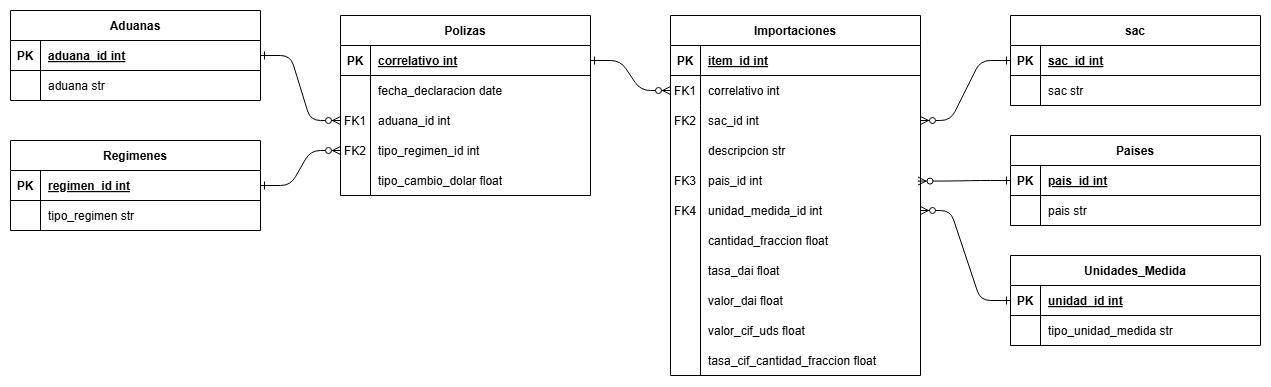
Above: ER.png in FerEsq/BSE-Technical-Test (draw.io), before the change. Source tidied: cells renumbered, new cells last; positions are measured from the earlier drawing's top-left corner, leaving out a move shared by most shapes.
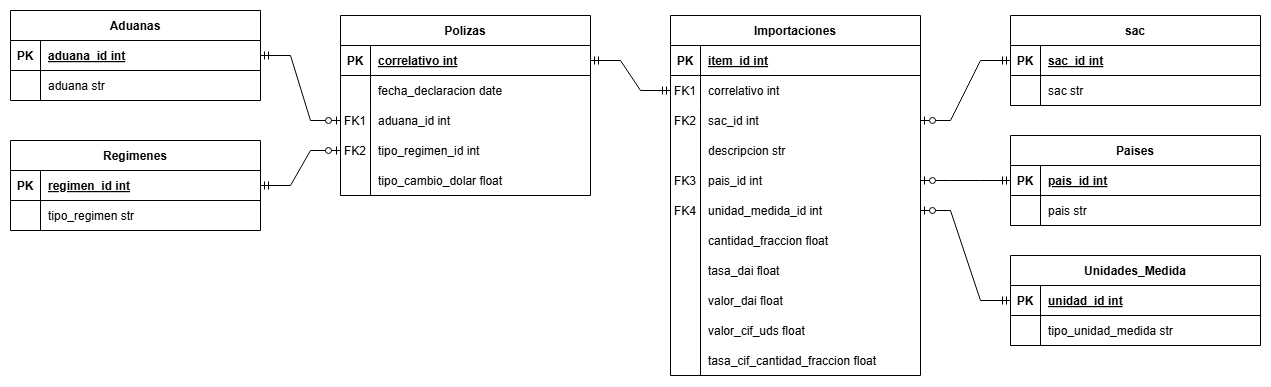
After the change.

The edit, as a diff of the source:
```diff
@@ -2,9 +2,6 @@
   <root>
     <mxCell id="0" />
     <mxCell id="1" parent="0" />
-    <mxCell id="2" style="edgeStyle=entityRelationEdgeStyle;endArrow=ERzeroToMany;startArrow=ERone;endFill=1;startFill=0;" parent="1" edge="1" source="30" target="7">
-      <mxGeometry relative="1" as="geometry" />
-    </mxCell>
     <mxCell id="3" value="Importaciones" style="shape=table;startSize=30;rowLines=0;fontStyle=1;align=center;" parent="1" vertex="1">
       <mxGeometry x="660" y="5" width="250" height="360" as="geometry" />
     </mxCell>
@@ -253,20 +250,27 @@
     <mxCell id="83" value="tipo_unidad_medida str" style="shape=partialRectangle;overflow=hidden;fillColor=none;top=0;left=0;bottom=0;right=0;align=left;spacingLeft=6;" parent="81" vertex="1">
       <mxGeometry x="30" width="220" height="30" as="geometry" />
     </mxCell>
-    <mxCell id="84" style="edgeStyle=entityRelationEdgeStyle;endArrow=ERzeroToMany;startArrow=ERone;endFill=1;startFill=0;exitX=1;exitY=0.5;exitDx=0;exitDy=0;entryX=0;entryY=0.5;entryDx=0;entryDy=0;" parent="1" edge="1" source="23" target="36">
+    <mxCell id="84" style="edgeStyle=entityRelationEdgeStyle;fontSize=12;html=1;endArrow=ERzeroToOne;startArrow=ERmandOne;rounded=0;exitX=1;exitY=0.5;exitDx=0;exitDy=0;entryX=0;entryY=0.5;entryDx=0;entryDy=0;" parent="1" edge="1" source="23" target="36">
       <mxGeometry relative="1" as="geometry" />
     </mxCell>
-    <mxCell id="85" style="edgeStyle=entityRelationEdgeStyle;endArrow=ERzeroToMany;startArrow=ERone;endFill=1;startFill=0;exitX=1;exitY=0.5;exitDx=0;exitDy=0;entryX=0;entryY=0.5;entryDx=0;entryDy=0;" parent="1" edge="1" source="57" target="39">
+    <mxCell id="85" style="edgeStyle=entityRelationEdgeStyle;fontSize=12;html=1;endArrow=ERzeroToOne;startArrow=ERmandOne;rounded=0;exitX=1;exitY=0.5;exitDx=0;exitDy=0;entryX=0;entryY=0.5;entryDx=0;entryDy=0;" parent="1" edge="1" source="57" target="39">
       <mxGeometry relative="1" as="geometry" />
     </mxCell>
+    <mxCell id="2" style="edgeStyle=entityRelationEdgeStyle;fontSize=12;html=1;endArrow=ERmandOne;startArrow=ERmandOne;rounded=0;exitX=1;exitY=0.5;exitDx=0;exitDy=0;entryX=0;entryY=0.5;entryDx=0;entryDy=0;" parent="1" edge="1" source="30" target="7">
+      <mxGeometry relative="1" as="geometry" />
+    </mxCell>
-    <mxCell id="86" style="edgeStyle=entityRelationEdgeStyle;endArrow=ERzeroToMany;startArrow=ERone;endFill=1;startFill=0;exitX=0;exitY=0.5;exitDx=0;exitDy=0;entryX=1;entryY=0.5;entryDx=0;entryDy=0;" parent="1" edge="1" source="64" target="10">
+    <mxCell id="86" style="edgeStyle=entityRelationEdgeStyle;fontSize=12;html=1;endArrow=ERzeroToOne;startArrow=ERmandOne;rounded=0;exitX=0;exitY=0.5;exitDx=0;exitDy=0;entryX=1;entryY=0.5;entryDx=0;entryDy=0;" parent="1" edge="1" source="64" target="10">
       <mxGeometry relative="1" as="geometry" />
     </mxCell>
-    <mxCell id="87" style="edgeStyle=entityRelationEdgeStyle;endArrow=ERzeroToMany;startArrow=ERone;endFill=1;startFill=0;exitX=0;exitY=0.5;exitDx=0;exitDy=0;entryX=0.99;entryY=0.519;entryDx=0;entryDy=0;entryPerimeter=0;" parent="1" edge="1" source="71" target="16">
+    <mxCell id="87" style="edgeStyle=entityRelationEdgeStyle;fontSize=12;html=1;endArrow=ERzeroToOne;startArrow=ERmandOne;rounded=0;exitX=0;exitY=0.5;exitDx=0;exitDy=0;entryX=1;entryY=0.5;entryDx=0;entryDy=0;" parent="1" edge="1" source="71" target="16">
       <mxGeometry relative="1" as="geometry" />
     </mxCell>
-    <mxCell id="88" style="edgeStyle=entityRelationEdgeStyle;endArrow=ERzeroToMany;startArrow=ERone;endFill=1;startFill=0;exitX=0;exitY=0.5;exitDx=0;exitDy=0;entryX=1;entryY=0.5;entryDx=0;entryDy=0;" parent="1" edge="1" source="78" target="19">
-      <mxGeometry relative="1" as="geometry" />
+    <mxCell id="88" style="edgeStyle=entityRelationEdgeStyle;fontSize=12;html=1;endArrow=ERzeroToOne;startArrow=ERmandOne;rounded=0;exitX=0;exitY=0.5;exitDx=0;exitDy=0;entryX=1;entryY=0.5;entryDx=0;entryDy=0;" parent="1" edge="1" source="78" target="19">
+      <mxGeometry relative="1" as="geometry">
+        <Array as="points">
+          <mxPoint x="970" y="304.6" />
+        </Array>
+      </mxGeometry>
     </mxCell>
   </root>
 </mxGraphModel>
```
